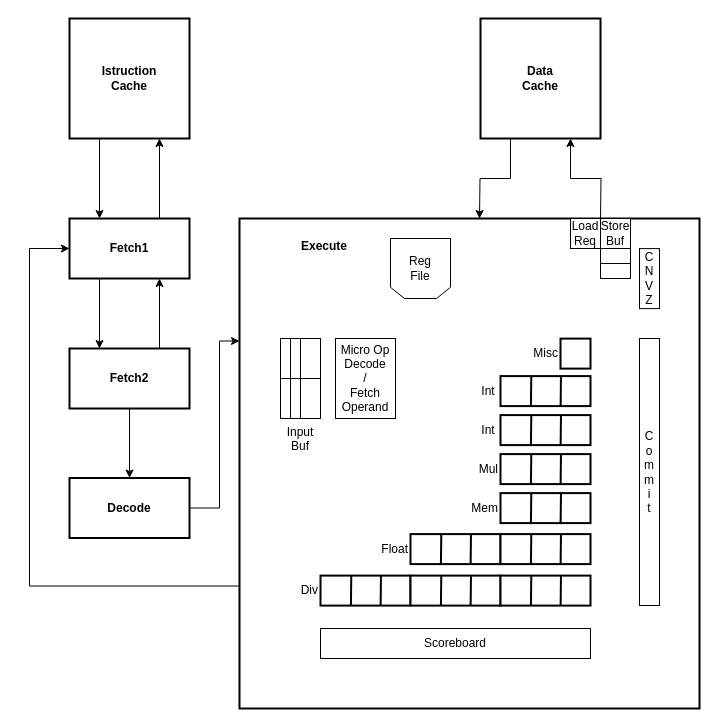
Above: Diagrammi/MinorArm.drawio in The90Frank/MinorArmAnalyzer (draw.io), before the change. Source tidied: cells renumbered, new cells numbered last; positions are measured from the earlier drawing's top-left corner, leaving out a move shared by most shapes. Both pictures are drawn from the tidied source at 100%, with x=0, y=0 at pixel (29, 18).
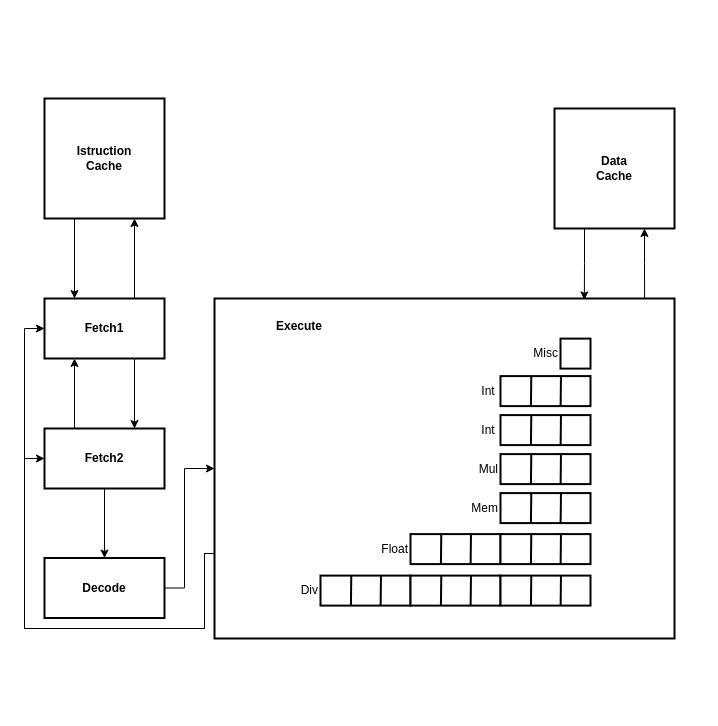
After the change.

The edit, as a diff of the source:
```diff
@@
     <mxCell id="3" value="Istruction&lt;br&gt;Cache" style="rounded=0;whiteSpace=wrap;html=1;fontStyle=1;strokeWidth=2;fontFamily=Helvetica;" parent="1" vertex="1">
-      <mxGeometry x="40" width="120" height="120" as="geometry" />
+      <mxGeometry x="15" y="80" width="120" height="120" as="geometry" />
     </mxCell>
@@
-    <mxCell id="5" style="edgeStyle=orthogonalEdgeStyle;rounded=0;jettySize=auto;html=1;exitX=0.25;exitY=1;exitDx=0;exitDy=0;entryX=0.25;entryY=0;entryDx=0;entryDy=0;fontStyle=1;fontFamily=Helvetica;" parent="1" edge="1" source="6" target="9">
+    <mxCell id="5" style="edgeStyle=orthogonalEdgeStyle;rounded=0;jettySize=auto;html=1;exitX=0.25;exitY=1;exitDx=0;exitDy=0;entryX=0.25;entryY=0;entryDx=0;entryDy=0;fontStyle=1;fontFamily=Helvetica;startArrow=classic;startFill=1;endArrow=none;endFill=0;" parent="1" edge="1" source="6" target="9">
       <mxGeometry relative="1" as="geometry" />
     </mxCell>
     <mxCell id="6" value="Fetch1" style="rounded=0;whiteSpace=wrap;html=1;fontStyle=1;strokeWidth=2;fontFamily=Helvetica;" parent="1" vertex="1">
-      <mxGeometry x="40" y="200" width="120" height="60" as="geometry" />
+      <mxGeometry x="15" y="280" width="120" height="60" as="geometry" />
     </mxCell>
-    <mxCell id="7" style="edgeStyle=orthogonalEdgeStyle;rounded=0;jettySize=auto;html=1;exitX=0.75;exitY=0;exitDx=0;exitDy=0;fontStyle=1;entryX=0.75;entryY=1;entryDx=0;entryDy=0;fontFamily=Helvetica;" parent="1" edge="1" source="9" target="6">
+    <mxCell id="7" style="edgeStyle=orthogonalEdgeStyle;rounded=0;jettySize=auto;html=1;exitX=0.75;exitY=0;exitDx=0;exitDy=0;fontStyle=1;entryX=0.75;entryY=1;entryDx=0;entryDy=0;fontFamily=Helvetica;startArrow=classic;startFill=1;endArrow=none;endFill=0;" parent="1" edge="1" source="9" target="6">
       <mxGeometry relative="1" as="geometry" />
     </mxCell>
@@
     <mxCell id="9" value="Fetch2" style="rounded=0;whiteSpace=wrap;html=1;fontStyle=1;strokeWidth=2;fontFamily=Helvetica;" parent="1" vertex="1">
-      <mxGeometry x="40" y="330" width="120" height="60" as="geometry" />
+      <mxGeometry x="15" y="410" width="120" height="60" as="geometry" />
     </mxCell>
-    <mxCell id="10" style="edgeStyle=orthogonalEdgeStyle;rounded=0;jettySize=auto;html=1;exitX=1;exitY=0.5;exitDx=0;exitDy=0;entryX=0;entryY=0.25;entryDx=0;entryDy=0;fontFamily=Helvetica;" parent="1" edge="1" source="11" target="16">
+    <mxCell id="10" style="edgeStyle=orthogonalEdgeStyle;rounded=0;jettySize=auto;html=1;exitX=1;exitY=0.5;exitDx=0;exitDy=0;entryX=0;entryY=0.5;entryDx=0;entryDy=0;fontFamily=Helvetica;" parent="1" edge="1" source="11" target="16">
       <mxGeometry relative="1" as="geometry">
         <Array as="points">
-          <mxPoint x="190" y="490" />
-          <mxPoint x="190" y="323" />
+          <mxPoint x="155" y="570" />
+          <mxPoint x="155" y="450" />
         </Array>
       </mxGeometry>
     </mxCell>
     <mxCell id="11" value="&lt;span&gt;Decode&lt;/span&gt;" style="rounded=0;whiteSpace=wrap;html=1;fontStyle=1;strokeWidth=2;fontFamily=Helvetica;" parent="1" vertex="1">
-      <mxGeometry x="40" y="459.5" width="120" height="60" as="geometry" />
+      <mxGeometry x="15" y="539.5" width="120" height="60" as="geometry" />
     </mxCell>
-    <mxCell id="12" style="edgeStyle=orthogonalEdgeStyle;rounded=0;jettySize=auto;html=1;exitX=0.995;exitY=0.005;exitDx=0;exitDy=0;entryX=0.75;entryY=1;entryDx=0;entryDy=0;exitPerimeter=0;fontFamily=Helvetica;" parent="1" edge="1" target="15">
-      <mxGeometry relative="1" as="geometry">
-        <mxPoint x="571" y="200" as="sourcePoint" />
-      </mxGeometry>
-    </mxCell>
+    <mxCell id="60" style="edgeStyle=orthogonalEdgeStyle;rounded=0;jettySize=auto;html=1;exitX=0.25;exitY=1;exitDx=0;exitDy=0;entryX=0.804;entryY=0.004;entryDx=0;entryDy=0;entryPerimeter=0;" parent="1" edge="1" source="15" target="16">
+      <mxGeometry relative="1" as="geometry" />
+    </mxCell>
+    <mxCell id="61" style="edgeStyle=orthogonalEdgeStyle;rounded=0;jettySize=auto;html=1;exitX=0.75;exitY=1;exitDx=0;exitDy=0;entryX=0.935;entryY=0.004;entryDx=0;entryDy=0;entryPerimeter=0;startArrow=classic;startFill=1;endArrow=none;endFill=0;" parent="1" edge="1" source="15" target="16">
+      <mxGeometry relative="1" as="geometry" />
+    </mxCell>
+    <mxCell id="15" value="Data&lt;br&gt;Cache" style="rounded=0;whiteSpace=wrap;html=1;fontStyle=1;strokeWidth=2;fontFamily=Helvetica;" parent="1" vertex="1">
+      <mxGeometry x="525" y="90" width="120" height="120" as="geometry" />
+    </mxCell>
-    <mxCell id="13" style="edgeStyle=orthogonalEdgeStyle;rounded=0;jettySize=auto;html=1;entryX=0;entryY=0.5;entryDx=0;entryDy=0;exitX=0;exitY=0.75;exitDx=0;exitDy=0;fontFamily=Helvetica;" parent="1" edge="1" source="16" target="6">
+    <mxCell id="13" style="edgeStyle=orthogonalEdgeStyle;rounded=0;jettySize=auto;html=1;exitX=0;exitY=0.75;exitDx=0;exitDy=0;entryX=0;entryY=0.5;entryDx=0;entryDy=0;startArrow=none;startFill=0;endArrow=classic;endFill=1;" parent="1" edge="1" source="16" target="6">
       <mxGeometry relative="1" as="geometry">
         <Array as="points">
-          <mxPoint y="568" />
-          <mxPoint y="230" />
+          <mxPoint x="175" y="535" />
+          <mxPoint x="175" y="610" />
+          <mxPoint x="-5" y="610" />
+          <mxPoint x="-5" y="310" />
         </Array>
       </mxGeometry>
     </mxCell>
-    <mxCell id="14" style="edgeStyle=orthogonalEdgeStyle;rounded=0;jettySize=auto;html=1;exitX=0.25;exitY=1;exitDx=0;exitDy=0;entryX=0.5;entryY=0;entryDx=0;entryDy=0;fontFamily=Helvetica;" parent="1" edge="1" source="15">
-      <mxGeometry relative="1" as="geometry">
-        <mxPoint x="450" y="200" as="targetPoint" />
-      </mxGeometry>
-    </mxCell>
-    <mxCell id="15" value="Data&lt;br&gt;Cache" style="rounded=0;whiteSpace=wrap;html=1;fontStyle=1;strokeWidth=2;fontFamily=Helvetica;" parent="1" vertex="1">
-      <mxGeometry x="451" width="120" height="120" as="geometry" />
-    </mxCell>
+    <mxCell id="62" style="edgeStyle=orthogonalEdgeStyle;rounded=0;jettySize=auto;html=1;exitX=0;exitY=0.75;exitDx=0;exitDy=0;entryX=0;entryY=0.5;entryDx=0;entryDy=0;startArrow=none;startFill=0;endArrow=classic;endFill=1;" parent="1" edge="1" source="16" target="9">
+      <mxGeometry relative="1" as="geometry">
+        <Array as="points">
+          <mxPoint x="175" y="535" />
+          <mxPoint x="175" y="610" />
+          <mxPoint x="-5" y="610" />
+          <mxPoint x="-5" y="440" />
+        </Array>
+      </mxGeometry>
+    </mxCell>
     <mxCell id="16" value="&amp;nbsp; &amp;nbsp; &amp;nbsp; &amp;nbsp; &amp;nbsp; &lt;br&gt;&amp;nbsp; &amp;nbsp; &amp;nbsp; &amp;nbsp; &amp;nbsp; &amp;nbsp; &amp;nbsp; &amp;nbsp; &amp;nbsp; &lt;b&gt;Execute&lt;/b&gt;" style="rounded=0;whiteSpace=wrap;html=1;verticalAlign=top;labelPosition=center;verticalLabelPosition=middle;align=left;strokeWidth=2;fontFamily=Helvetica;" parent="1" vertex="1">
-      <mxGeometry x="210" y="200" width="460" height="490" as="geometry" />
+      <mxGeometry x="185" y="280" width="460" height="340" as="geometry" />
     </mxCell>
@@
-    <mxCell id="42" style="rounded=0;whiteSpace=wrap;html=1;align=left;verticalAlign=top;labelPosition=right;verticalLabelPosition=middle;fontFamily=Helvetica;" parent="1" vertex="1">
-      <mxGeometry x="571" y="200" width="30" height="60" as="geometry" />
-    </mxCell>
-    <mxCell id="43" style="endArrow=none;html=1;entryX=0;entryY=0.5;entryDx=0;entryDy=0;exitX=1;exitY=0.5;exitDx=0;exitDy=0;fontFamily=Helvetica;" parent="1" edge="1" source="42" target="42">
-      <mxGeometry relative="1" as="geometry" />
-    </mxCell>
-    <mxCell id="44" style="endArrow=none;html=1;entryX=0;entryY=0.75;entryDx=0;entryDy=0;exitX=1;exitY=0.75;exitDx=0;exitDy=0;fontFamily=Helvetica;" parent="1" edge="1" source="42" target="42">
-      <mxGeometry relative="1" as="geometry" />
-    </mxCell>
-    <mxCell id="45" value="Load&lt;br&gt;Req" style="rounded=0;whiteSpace=wrap;html=1;align=center;labelPosition=center;verticalLabelPosition=middle;verticalAlign=middle;fontFamily=Helvetica;" parent="1" vertex="1">
-      <mxGeometry x="541" y="200" width="30" height="30" as="geometry" />
-    </mxCell>
-    <mxCell id="46" value="Store&lt;br&gt;Buf" style="text;html=1;strokeColor=none;fillColor=none;align=center;verticalAlign=middle;whiteSpace=wrap;rounded=0;fontFamily=Helvetica;" parent="1" vertex="1">
-      <mxGeometry x="571" y="200" width="30" height="30" as="geometry" />
-    </mxCell>
-    <mxCell id="47" value="Input Buf" style="rounded=0;whiteSpace=wrap;html=1;align=center;labelPosition=center;verticalLabelPosition=bottom;verticalAlign=top;fontFamily=Helvetica;" parent="1" vertex="1">
-      <mxGeometry x="251" y="320" width="40" height="80" as="geometry" />
-    </mxCell>
-    <mxCell id="48" style="endArrow=none;html=1;entryX=0.5;entryY=0;entryDx=0;entryDy=0;exitX=0.5;exitY=1;exitDx=0;exitDy=0;fontFamily=Helvetica;" parent="1" edge="1" source="47" target="47">
-      <mxGeometry relative="1" as="geometry" />
-    </mxCell>
-    <mxCell id="49" style="endArrow=none;html=1;entryX=0.25;entryY=0;entryDx=0;entryDy=0;exitX=0.25;exitY=1;exitDx=0;exitDy=0;fontFamily=Helvetica;" parent="1" edge="1" source="47" target="47">
-      <mxGeometry relative="1" as="geometry" />
-    </mxCell>
-    <mxCell id="50" style="shape=loopLimit;whiteSpace=wrap;html=1;align=left;rotation=180;size=14;fontFamily=Helvetica;" parent="1" vertex="1">
-      <mxGeometry x="361" y="220" width="60" height="60" as="geometry" />
-    </mxCell>
-    <mxCell id="51" value="Reg&lt;br&gt;File" style="text;html=1;strokeColor=none;fillColor=none;align=center;verticalAlign=middle;whiteSpace=wrap;rounded=0;fontFamily=Helvetica;" parent="1" vertex="1">
-      <mxGeometry x="371" y="240" width="40" height="20" as="geometry" />
-    </mxCell>
-    <mxCell id="52" value="C&lt;br&gt;o&lt;br&gt;m&lt;br&gt;m&lt;br&gt;i&lt;br&gt;t" style="rounded=0;whiteSpace=wrap;html=1;align=center;strokeWidth=1;fontFamily=Helvetica;" parent="1" vertex="1">
-      <mxGeometry x="610" y="320" width="20" height="267" as="geometry" />
-    </mxCell>
-    <mxCell id="53" value="Micro Op&lt;br&gt;Decode&lt;br&gt;/&lt;br&gt;Fetch&lt;br&gt;Operand" style="rounded=0;whiteSpace=wrap;html=1;perimeterSpacing=0;strokeWidth=1;fontFamily=Helvetica;" parent="1" vertex="1">
-      <mxGeometry x="306" y="320" width="60" height="80" as="geometry" />
-    </mxCell>
@@
-    <mxCell id="57" style="endArrow=none;html=1;strokeColor=#000000;strokeWidth=1;entryX=1;entryY=0.5;entryDx=0;entryDy=0;exitX=0;exitY=0.5;exitDx=0;exitDy=0;fontFamily=Helvetica;" parent="1" edge="1" source="47" target="47">
-      <mxGeometry relative="1" as="geometry" />
-    </mxCell>
-    <mxCell id="58" value="Scoreboard" style="rounded=0;whiteSpace=wrap;html=1;strokeWidth=1;fontFamily=Helvetica;" parent="1" vertex="1">
-      <mxGeometry x="291" y="610" width="270" height="30" as="geometry" />
-    </mxCell>
-    <mxCell id="59" value="C&lt;br&gt;N&lt;br&gt;V&lt;br&gt;Z" style="rounded=0;whiteSpace=wrap;html=1;" parent="1" vertex="1">
-      <mxGeometry x="610" y="230.1" width="20" height="60" as="geometry" />
-    </mxCell>
```
